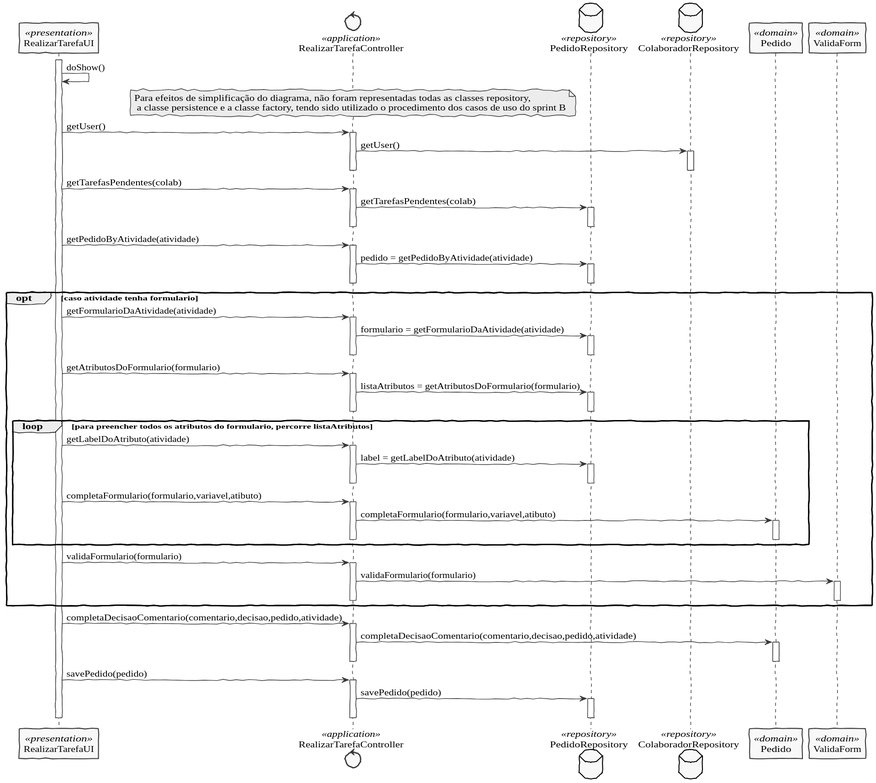
The PlantUML diagram docs/Sprint D/1190429/US3023/SD3023.svg in pedrolemos4/LAPR4, before a commit.
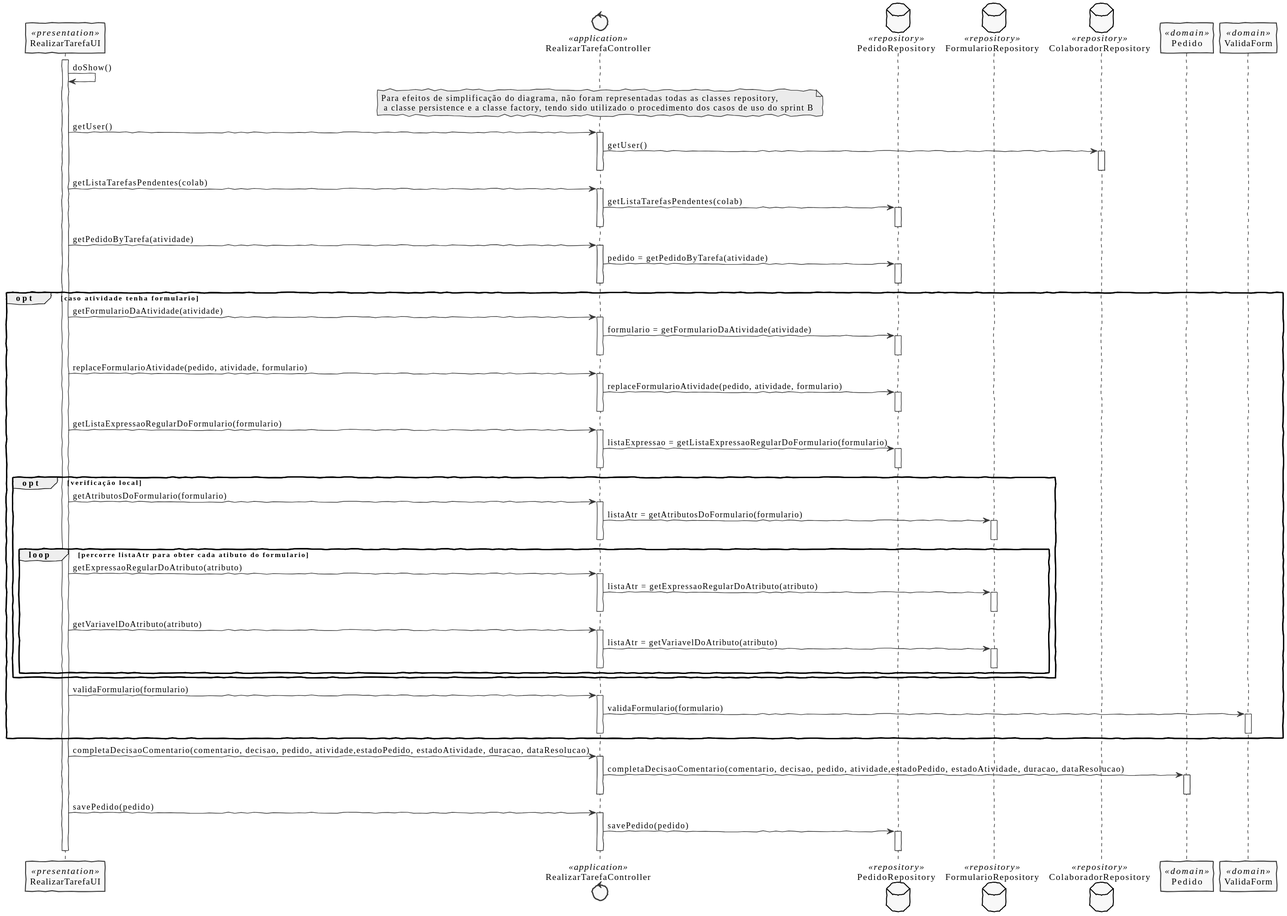
After the commit.

Diff of the diagram source:
```diff
@@ -8,6 +8,7 @@
 participant RealizarTarefaUI as UI <<presentation>>
 control RealizarTarefaController as CTRL <<application>>
 database PedidoRepository as PRepository <<repository>>
+database FormularioRepository as FRepository <<repository>>
 database ColaboradorRepository as CRepository <<repository>>
 participant Pedido as P <<domain>>
 participant ValidaForm as Valida <<domain>>
@@ -23,16 +24,16 @@
       deactivate CRepository
     deactivate CTRL
 
-UI -> CTRL: getTarefasPendentes(colab)
+UI -> CTRL: getListaTarefasPendentes(colab)
     activate CTRL
-      CTRL -> PRepository: getTarefasPendentes(colab)
+      CTRL -> PRepository: getListaTarefasPendentes(colab)
       activate PRepository
       deactivate PRepository
     deactivate CTRL
 
-UI -> CTRL: getPedidoByAtividade(atividade)
+UI -> CTRL: getPedidoByTarefa(atividade)
     activate CTRL
-    CTRL -> PRepository: pedido = getPedidoByAtividade(atividade)
+    CTRL -> PRepository: pedido = getPedidoByTarefa(atividade)
       activate PRepository
       deactivate PRepository
     deactivate CTRL
@@ -45,28 +46,44 @@
       deactivate PRepository
     deactivate CTRL
 
-UI -> CTRL: getAtributosDoFormulario(formulario)
+UI -> CTRL: replaceFormularioAtividade(pedido, atividade, formulario)
     activate CTRL
-    CTRL -> PRepository: listaAtributos = getAtributosDoFormulario(formulario)
+    CTRL -> PRepository: replaceFormularioAtividade(pedido, atividade, formulario)
       activate PRepository
       deactivate PRepository
     deactivate CTRL
 
-loop para preencher todos os atributos do formulario, percorre listaAtributos
-UI -> CTRL: getLabelDoAtributo(atividade)
+UI -> CTRL: getListaExpressaoRegularDoFormulario(formulario)
     activate CTRL
-    CTRL -> PRepository: label = getLabelDoAtributo(atividade)
+    CTRL -> PRepository: listaExpressao = getListaExpressaoRegularDoFormulario(formulario)
       activate PRepository
       deactivate PRepository
     deactivate CTRL
 
+opt verificação local
+UI -> CTRL: getAtributosDoFormulario(formulario)
+    activate CTRL
+    CTRL -> FRepository: listaAtr = getAtributosDoFormulario(formulario)
+      activate FRepository
+      deactivate FRepository
+    deactivate CTRL
+loop percorre listaAtr para obter cada atibuto do formulario
 
-UI -> CTRL: completaFormulario(formulario,variavel,atibuto)
+UI -> CTRL: getExpressaoRegularDoAtributo(atributo)
     activate CTRL
-    CTRL -> P: completaFormulario(formulario,variavel,atibuto)
-      activate P
-      deactivate P
+    CTRL -> FRepository: listaAtr = getExpressaoRegularDoAtributo(atributo)
+      activate FRepository
+      deactivate FRepository
     deactivate CTRL
+
+UI -> CTRL: getVariavelDoAtributo(atributo)
+    activate CTRL
+    CTRL -> FRepository: listaAtr = getVariavelDoAtributo(atributo)
+      activate FRepository
+      deactivate FRepository
+    deactivate CTRL
+
+end
 end
 
 UI -> CTRL: validaFormulario(formulario)
@@ -77,9 +94,9 @@
     deactivate CTRL
 end
 
-UI -> CTRL: completaDecisaoComentario(comentario,decisao,pedido,atividade)
+UI -> CTRL: completaDecisaoComentario(comentario, decisao, pedido, atividade,estadoPedido, estadoAtividade, duracao, dataResolucao)
     activate CTRL
-    CTRL -> P: completaDecisaoComentario(comentario,decisao,pedido,atividade)
+    CTRL -> P: completaDecisaoComentario(comentario, decisao, pedido, atividade,estadoPedido, estadoAtividade, duracao, dataResolucao)
       activate P
       deactivate P
     deactivate CTRL
```
